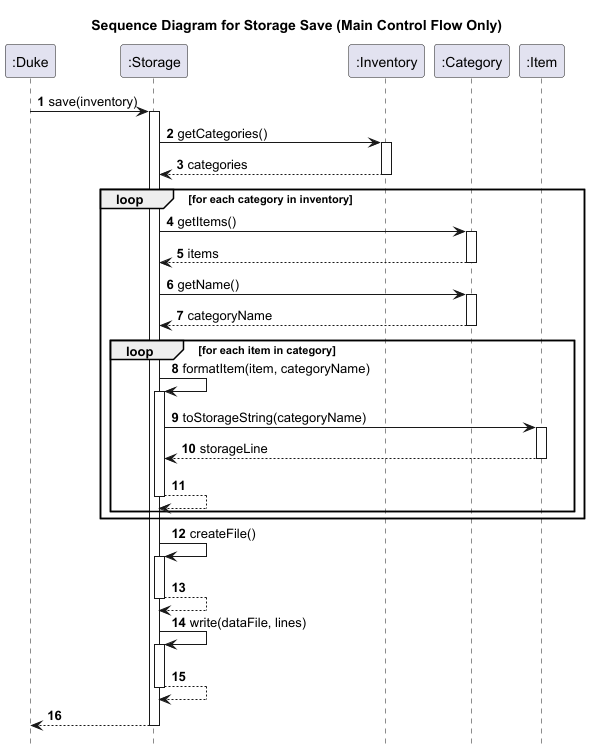
Before: docs/diagrams/StorageSavingMainFlow.png, a diagram exported from PlantUML (yueyang1111/tp). Its diagram source:
```plantuml
@startuml
title Sequence Diagram for Storage Save (Main Control Flow Only)

autonumber
hide footbox

participant ":Duke" as Duke
participant ":Storage" as Storage
participant ":Inventory" as Inventory
participant ":Category" as Category
participant ":Item" as Item

Duke -> Storage: save(inventory)
activate Storage

Storage -> Inventory: getCategories()
activate Inventory
Inventory --> Storage: categories
deactivate Inventory

loop for each category in inventory
    Storage -> Category: getItems()
    activate Category
    Category --> Storage: items
    deactivate Category

    Storage -> Category: getName()
    activate Category
    Category --> Storage: categoryName
    deactivate Category

    loop for each item in category
        Storage -> Storage: formatItem(item, categoryName)
        activate Storage
        Storage -> Item: toStorageString(categoryName)
        activate Item
        Item --> Storage: storageLine
        deactivate Item
        Storage --> Storage
        deactivate Storage
    end
end

Storage -> Storage: createFile()
activate Storage
Storage --> Storage
deactivate Storage

Storage -> Storage: write(dataFile, lines)
activate Storage
Storage --> Storage
deactivate Storage

Storage --> Duke
deactivate Storage

@enduml
```
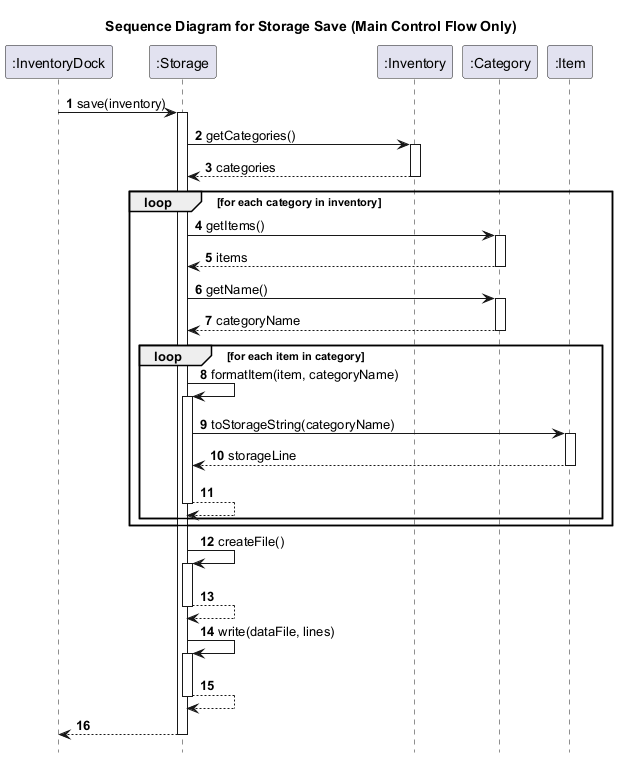
Later version of the same file.

What changed in the source:
```diff
@@ -4,13 +4,13 @@
 autonumber
 hide footbox
 
-participant ":Duke" as Duke
+participant ":InventoryDock" as InventoryDock
 participant ":Storage" as Storage
 participant ":Inventory" as Inventory
 participant ":Category" as Category
 participant ":Item" as Item
 
-Duke -> Storage: save(inventory)
+InventoryDock -> Storage: save(inventory)
 activate Storage
 
 Storage -> Inventory: getCategories()
@@ -51,7 +51,7 @@
 Storage --> Storage
 deactivate Storage
 
-Storage --> Duke
+Storage --> InventoryDock
 deactivate Storage
 
 @enduml
```
